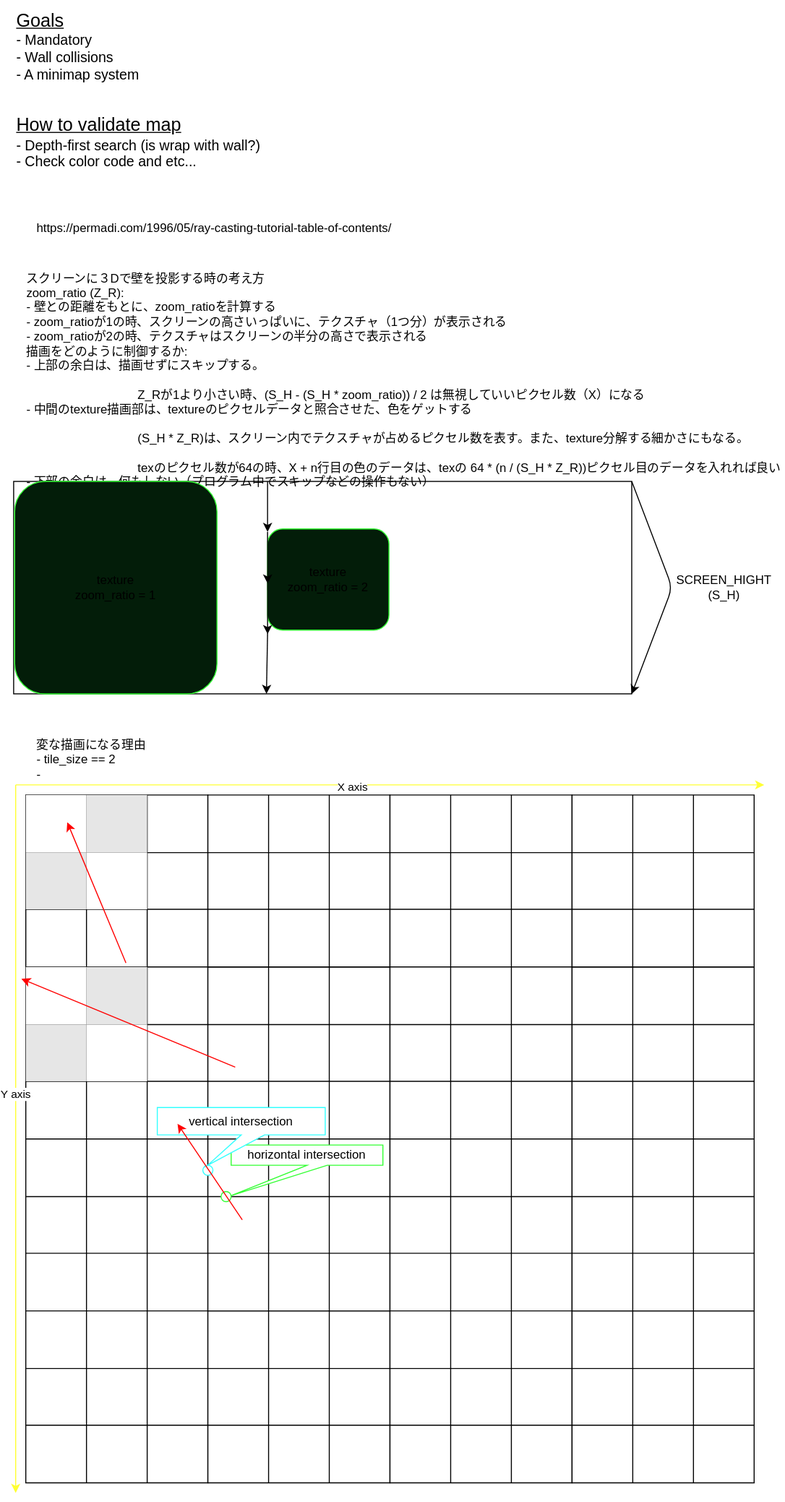
This is cub.drawio.svg from jizots/cub3d, a draw.io export, as it was before one commit. Source tidied: cells renumbered, new cells last; positions are measured from the earlier drawing's top-left corner, leaving out a move shared by most shapes.
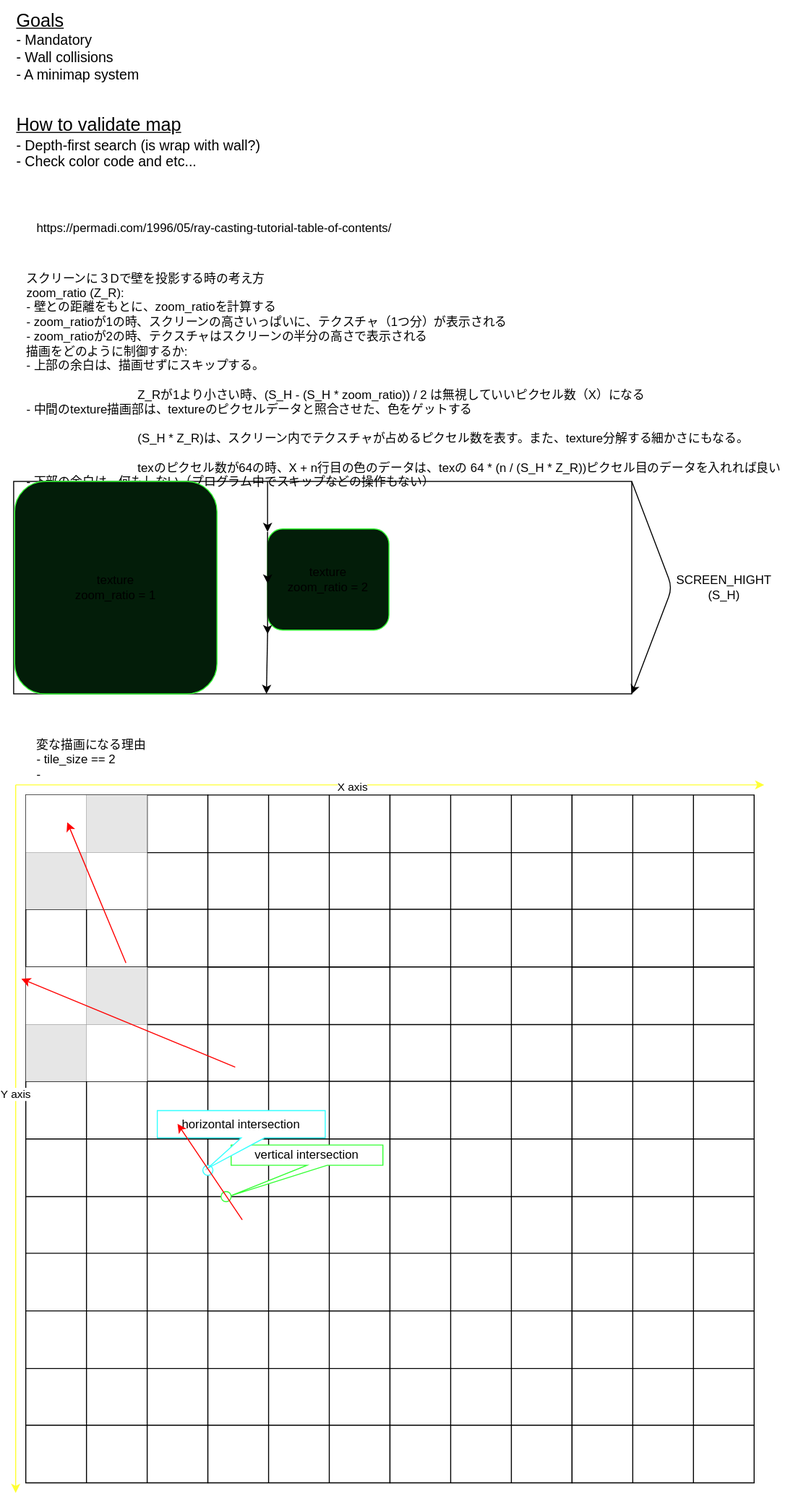
Later version of the same file.

Change to the diagram source:
```diff
@@ -718,11 +718,11 @@
     <mxCell id="231" style="ellipse;whiteSpace=wrap;html=1;strokeColor=#33FFFF;" parent="1" vertex="1">
       <mxGeometry x="187" y="1151" width="10" height="10" as="geometry" />
     </mxCell>
-    <mxCell id="232" value="horizontal intersection" style="shape=callout;whiteSpace=wrap;html=1;perimeter=calloutPerimeter;strokeColor=#33FF33;position2=0;" parent="1" vertex="1">
+    <mxCell id="232" value="vertical intersection" style="shape=callout;whiteSpace=wrap;html=1;perimeter=calloutPerimeter;strokeColor=#33FF33;position2=0;" parent="1" vertex="1">
       <mxGeometry x="215" y="1131" width="150" height="50" as="geometry" />
     </mxCell>
-    <mxCell id="233" value="vertical intersection" style="shape=callout;whiteSpace=wrap;html=1;perimeter=calloutPerimeter;strokeColor=#33FFFF;position2=0.3;base=23;" parent="1" vertex="1">
-      <mxGeometry x="142" y="1094" width="166" height="57" as="geometry" />
+    <mxCell id="233" value="horizontal intersection" style="shape=callout;whiteSpace=wrap;html=1;perimeter=calloutPerimeter;strokeColor=#33FFFF;position2=0.3;base=23;" parent="1" vertex="1">
+      <mxGeometry x="142" y="1097" width="166" height="57" as="geometry" />
     </mxCell>
     <mxCell id="234" style="endArrow=classic;html=1;strokeColor=#FF0000;" parent="1" edge="1">
       <mxGeometry relative="1" as="geometry">
```
